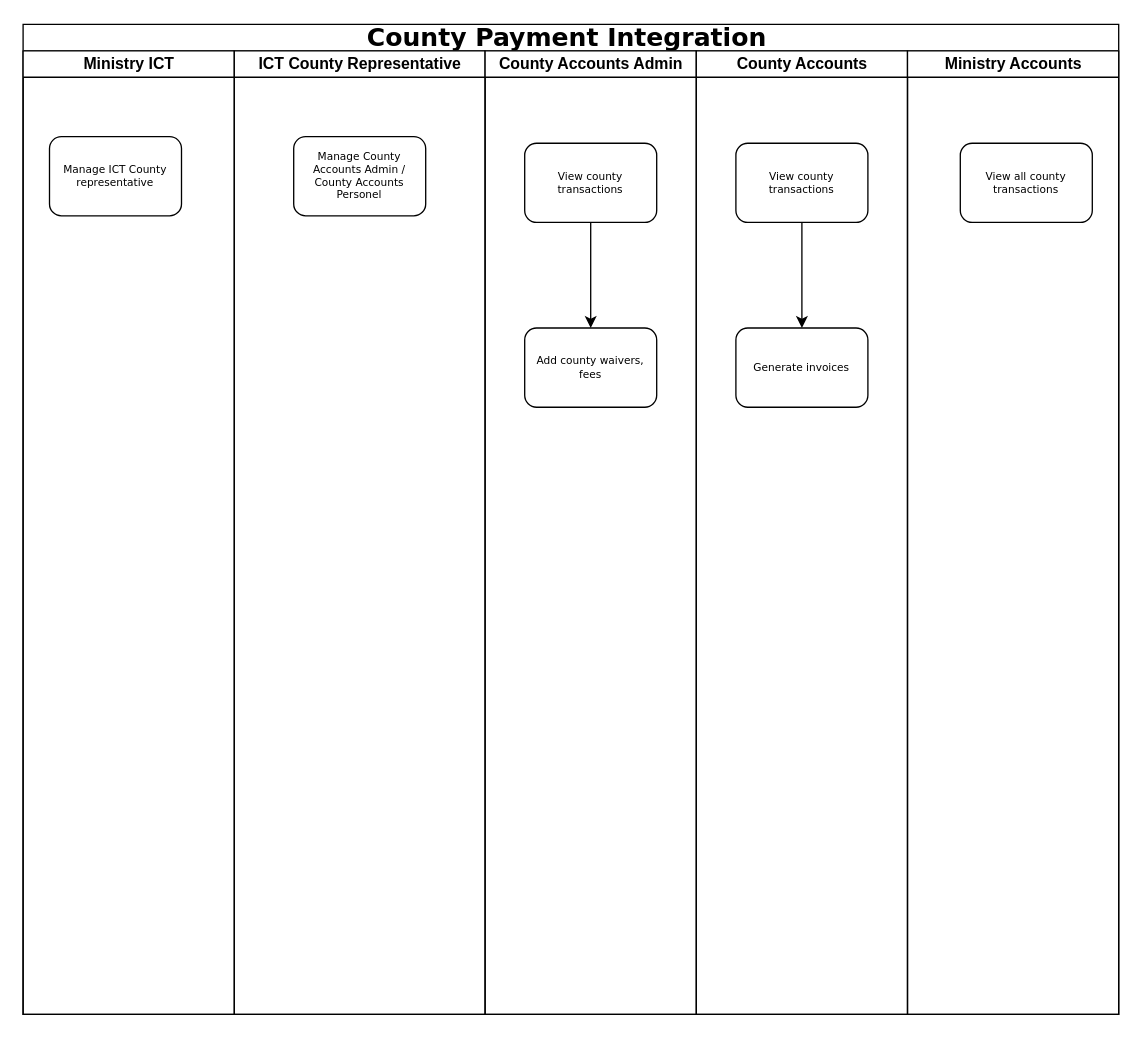
Above: county-integrations.drawio in pascalokoth/BPMN (draw.io), before the change. Source tidied: cells renumbered, new cells numbered last; positions are measured from the earlier drawing's top-left corner, leaving out a move shared by most shapes. Both pictures are drawn from the tidied source at 132%, with x=0, y=0 at pixel (22, 24).
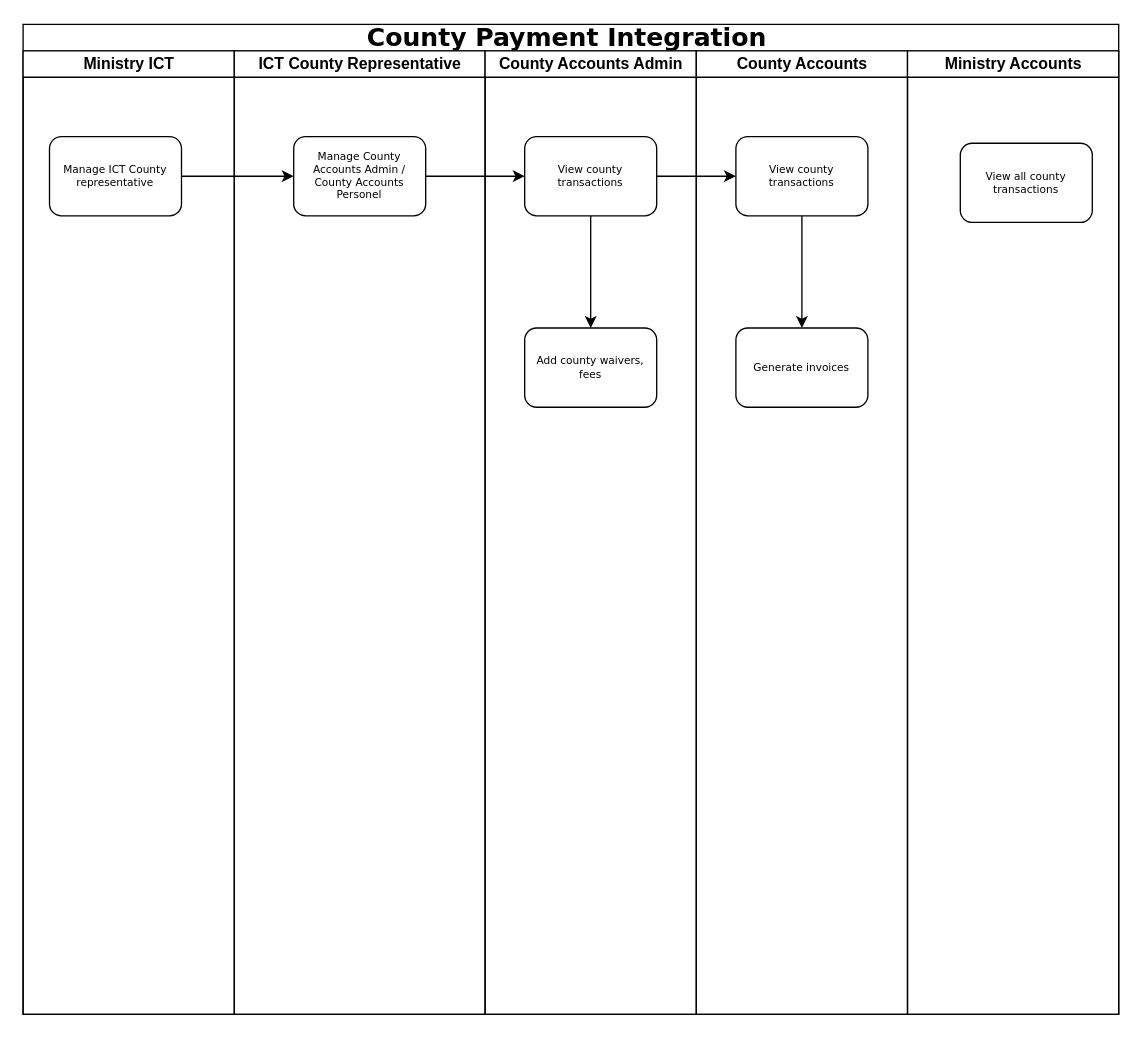
The same page after the edit.

Change to the diagram source:
```diff
@@
 <mxGraphModel>
   <root>
     <mxCell id="0" />
     <mxCell id="1" parent="0" />
     <mxCell id="2" value="&lt;font style=&quot;font-size: 19px;&quot;&gt;County Payment Integration&amp;nbsp;&lt;/font&gt;" style="swimlane;html=1;startSize=20;rounded=0;shadow=0;labelBackgroundColor=none;strokeWidth=1;fontFamily=Verdana;fontSize=8;align=center;" parent="1" vertex="1">
       <mxGeometry width="830" height="750" as="geometry" />
     </mxCell>
     <mxCell id="3" value="Ministry ICT" style="swimlane;html=1;startSize=20;" parent="2" vertex="1">
       <mxGeometry y="20" width="160" height="730" as="geometry" />
     </mxCell>
     <mxCell id="4" value="Manage ICT County representative" style="rounded=1;whiteSpace=wrap;html=1;shadow=0;labelBackgroundColor=none;strokeWidth=1;fontFamily=Verdana;fontSize=8;align=center;" parent="3" vertex="1">
       <mxGeometry x="20" y="65" width="100" height="60" as="geometry" />
     </mxCell>
     <mxCell id="5" value="ICT County Representative" style="swimlane;html=1;startSize=20;" parent="2" vertex="1">
       <mxGeometry x="160" y="20" width="190" height="730" as="geometry" />
     </mxCell>
     <mxCell id="6" value="Manage County Accounts Admin / County Accounts Personel" style="rounded=1;whiteSpace=wrap;html=1;shadow=0;labelBackgroundColor=none;strokeWidth=1;fontFamily=Verdana;fontSize=8;align=center;" parent="5" vertex="1">
       <mxGeometry x="45" y="65" width="100" height="60" as="geometry" />
     </mxCell>
     <mxCell id="7" value="County Accounts Admin" style="swimlane;html=1;startSize=20;" parent="2" vertex="1">
       <mxGeometry x="350" y="20" width="160" height="730" as="geometry" />
     </mxCell>
     <mxCell id="8" style="edgeStyle=orthogonalEdgeStyle;rounded=0;jettySize=auto;html=1;" parent="7" edge="1" source="9" target="10">
       <mxGeometry relative="1" as="geometry" />
     </mxCell>
     <mxCell id="9" value="View county transactions" style="rounded=1;whiteSpace=wrap;html=1;shadow=0;labelBackgroundColor=none;strokeWidth=1;fontFamily=Verdana;fontSize=8;align=center;" parent="7" vertex="1">
-      <mxGeometry x="30" y="70" width="100" height="60" as="geometry" />
+      <mxGeometry x="30" y="65" width="100" height="60" as="geometry" />
     </mxCell>
     <mxCell id="10" value="Add county waivers,&lt;br&gt;fees" style="rounded=1;whiteSpace=wrap;html=1;shadow=0;labelBackgroundColor=none;strokeWidth=1;fontFamily=Verdana;fontSize=8;align=center;" parent="7" vertex="1">
       <mxGeometry x="30" y="210" width="100" height="60" as="geometry" />
     </mxCell>
     <mxCell id="11" value="County Accounts" style="swimlane;html=1;startSize=20;" parent="2" vertex="1">
       <mxGeometry x="510" y="20" width="160" height="730" as="geometry" />
     </mxCell>
     <mxCell id="12" style="edgeStyle=orthogonalEdgeStyle;rounded=0;jettySize=auto;html=1;" parent="11" edge="1" source="13" target="14">
       <mxGeometry relative="1" as="geometry" />
     </mxCell>
     <mxCell id="13" value="View county transactions" style="rounded=1;whiteSpace=wrap;html=1;shadow=0;labelBackgroundColor=none;strokeWidth=1;fontFamily=Verdana;fontSize=8;align=center;" parent="11" vertex="1">
-      <mxGeometry x="30" y="70" width="100" height="60" as="geometry" />
+      <mxGeometry x="30" y="65" width="100" height="60" as="geometry" />
     </mxCell>
     <mxCell id="14" value="Generate invoices" style="rounded=1;whiteSpace=wrap;html=1;shadow=0;labelBackgroundColor=none;strokeWidth=1;fontFamily=Verdana;fontSize=8;align=center;" parent="11" vertex="1">
       <mxGeometry x="30" y="210" width="100" height="60" as="geometry" />
     </mxCell>
     <mxCell id="15" value="Ministry Accounts" style="swimlane;html=1;startSize=20;" parent="2" vertex="1">
       <mxGeometry x="670" y="20" width="160" height="730" as="geometry" />
     </mxCell>
     <mxCell id="16" value="View all county transactions" style="rounded=1;whiteSpace=wrap;html=1;shadow=0;labelBackgroundColor=none;strokeWidth=1;fontFamily=Verdana;fontSize=8;align=center;" parent="15" vertex="1">
       <mxGeometry x="40" y="70" width="100" height="60" as="geometry" />
     </mxCell>
+    <mxCell id="17" style="edgeStyle=orthogonalEdgeStyle;rounded=0;jettySize=auto;html=1;entryX=0;entryY=0.5;entryDx=0;entryDy=0;" parent="2" edge="1" source="4" target="6">
+      <mxGeometry relative="1" as="geometry" />
+    </mxCell>
+    <mxCell id="18" style="edgeStyle=orthogonalEdgeStyle;rounded=0;jettySize=auto;html=1;entryX=0;entryY=0.5;entryDx=0;entryDy=0;" parent="2" edge="1" source="6" target="9">
+      <mxGeometry relative="1" as="geometry" />
+    </mxCell>
+    <mxCell id="19" style="edgeStyle=orthogonalEdgeStyle;rounded=0;jettySize=auto;html=1;entryX=0;entryY=0.5;entryDx=0;entryDy=0;" parent="2" edge="1" source="9" target="13">
+      <mxGeometry relative="1" as="geometry" />
+    </mxCell>
   </root>
 </mxGraphModel>
```
